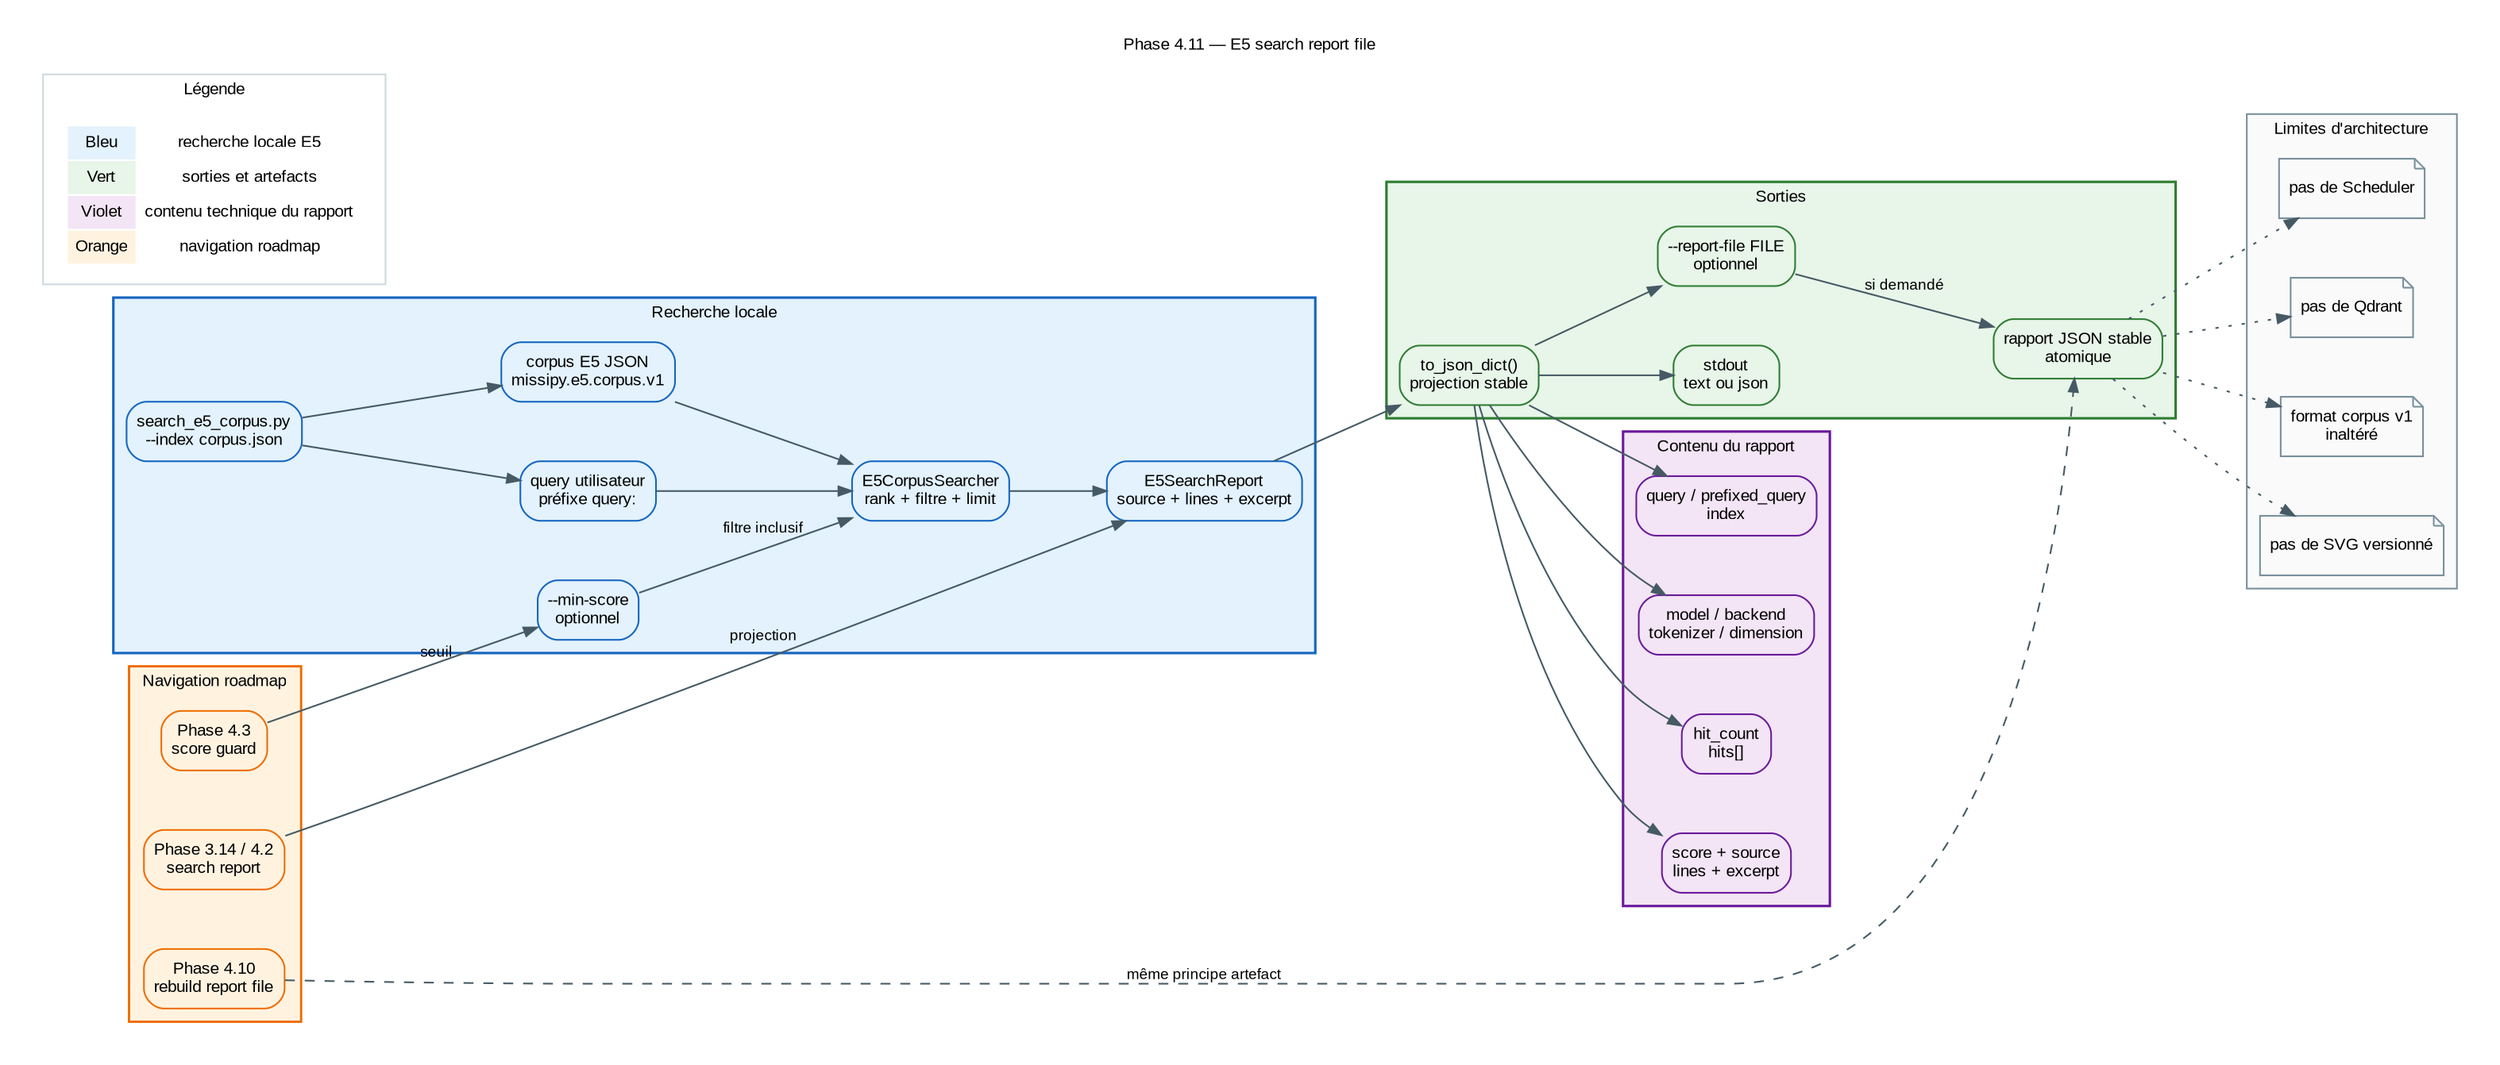
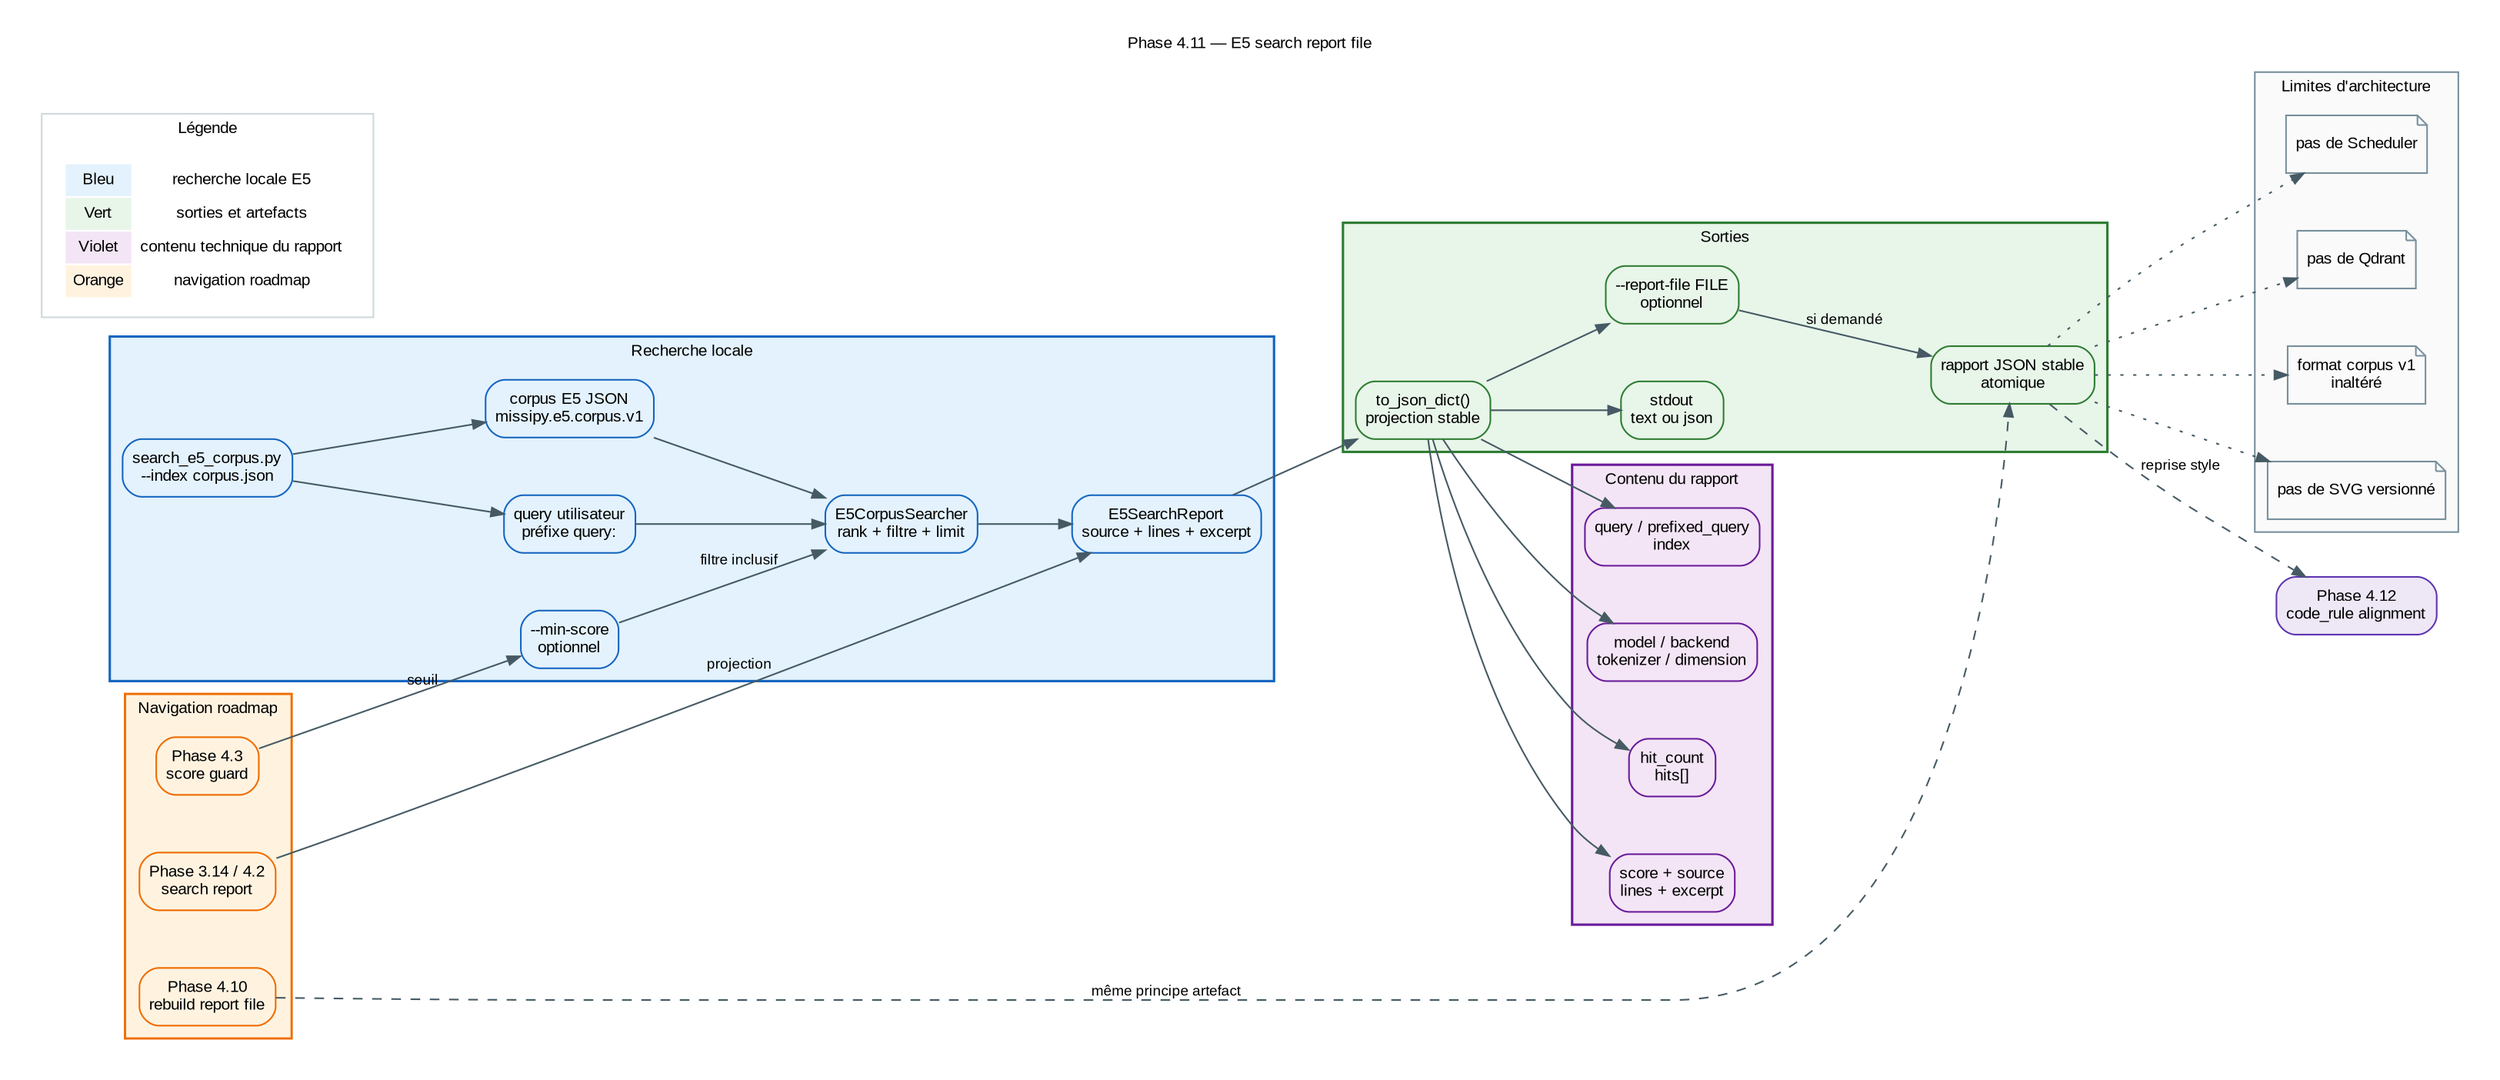
digraph E5SearchReportFile {
  // ROADMAP_ID: inference.e5_search_report_file
  // ROADMAP_PARENT: inference/64_e5_rebuild_report_file.dot
  // ROADMAP_NOTE[phase4_11]:
  // Produit un rapport JSON optionnel de recherche E5 pour audit local, future UI HTML et workflow question -> contexte.
+   // ROADMAP_NEXT: inference/66_e5_code_style_alignment.dot

  rankdir=LR;
  graph [
    fontname="Arial",
    fontsize=10,
    labelloc="t",
    label="Phase 4.11 — E5 search report file",
    bgcolor="white",
    pad=0.25,
    nodesep=0.5,
    ranksep=0.8
  ];
  node [shape=box, style="filled,rounded", fontname="Arial", fontsize=10, margin="0.09,0.06"];
  edge [fontname="Arial", fontsize=9, color="#455a64", arrowsize=0.8];

  subgraph cluster_query {
    label="Recherche locale";
    color="#1565c0";
    bgcolor="#e3f2fd";
    penwidth=1.5;
    node [fillcolor="#e3f2fd", color="#1565c0"];
    SearchCli [label="search_e5_corpus.py
--index corpus.json", URL="52_e5_search_report.svg"];
    Query [label="query utilisateur
préfixe query:"];
    MinScore [label="--min-score
optionnel", URL="57_e5_score_guard.svg"];
    Corpus [label="corpus E5 JSON
missipy.e5.corpus.v1", URL="50_e5_corpus.svg"];
    Searcher [label="E5CorpusSearcher
rank + filtre + limit"];
    Report [label="E5SearchReport
source + lines + excerpt", URL="52_e5_search_report.svg"];
  }

  subgraph cluster_outputs {
    label="Sorties";
    color="#2e7d32";
    bgcolor="#e8f5e9";
    penwidth=1.5;
    node [fillcolor="#e8f5e9", color="#2e7d32"];
    Stdout [label="stdout
text ou json"];
    JsonObject [label="to_json_dict()
projection stable"];
    ReportOption [label="--report-file FILE
optionnel"];
    ReportFile [label="rapport JSON stable
atomique"];
  }

  subgraph cluster_report_content {
    label="Contenu du rapport";
    color="#6a1b9a";
    bgcolor="#f3e5f5";
    penwidth=1.5;
    node [fillcolor="#f3e5f5", color="#6a1b9a"];
    Identity [label="query / prefixed_query
index"];
    Model [label="model / backend
tokenizer / dimension"];
    Hits [label="hit_count
hits[]"];
    Context [label="score + source
lines + excerpt"];
  }

  subgraph cluster_scope {
    label="Limites d'architecture";
    color="#78909c";
    bgcolor="#fafafa";
    penwidth=1.0;
    node [shape=note, style="filled", fillcolor="#fafafa", color="#78909c"];
    NoScheduler [label="pas de Scheduler"];
    NoQdrant [label="pas de Qdrant"];
    NoFormatChange [label="format corpus v1
inaltéré"];
    NoSvg [label="pas de SVG versionné"];
  }

  subgraph cluster_navigation {
    label="Navigation roadmap";
    color="#ef6c00";
    bgcolor="#fff3e0";
    penwidth=1.4;
    node [fillcolor="#fff3e0", color="#ef6c00"];
    ScoreGuard [label="Phase 4.3
score guard", URL="57_e5_score_guard.svg"];
    SearchReport [label="Phase 3.14 / 4.2
search report", URL="52_e5_search_report.svg"];
    RebuildReport [label="Phase 4.10
rebuild report file", URL="64_e5_rebuild_report_file.svg"];
  }

  SearchCli -> Query;
  SearchCli -> Corpus;
  Query -> Searcher;
  Corpus -> Searcher;
  MinScore -> Searcher [label="filtre inclusif"];
  Searcher -> Report;
  Report -> JsonObject;
  JsonObject -> Stdout;
  JsonObject -> ReportOption;
  ReportOption -> ReportFile [label="si demandé"];

  JsonObject -> Identity;
  JsonObject -> Model;
  JsonObject -> Hits;
  JsonObject -> Context;

  ReportFile -> NoScheduler [style=dotted];
  ReportFile -> NoQdrant [style=dotted];
  ReportFile -> NoFormatChange [style=dotted];
  ReportFile -> NoSvg [style=dotted];

  ScoreGuard -> MinScore [label="seuil"];
  SearchReport -> Report [label="projection"];
  RebuildReport -> ReportFile [style=dashed, label="même principe artefact"];
+   CodeStyle [label="Phase 4.12\ncode_rule alignment", fillcolor="#ede7f6", color="#5e35b1", URL="66_e5_code_style_alignment.svg"];
+   ReportFile -> CodeStyle [style=dashed, label="reprise style"];

  subgraph cluster_legend {
    label="Légende";
    color="#cfd8dc";
    bgcolor="#ffffff";
    penwidth=1.0;
    node [shape=plaintext, fillcolor="#ffffff", color="#ffffff"];
    Legend [label=<
      <TABLE BORDER="0" CELLBORDER="1" CELLSPACING="0" CELLPADDING="4">
        <TR><TD BGCOLOR="#e3f2fd">Bleu</TD><TD>recherche locale E5</TD></TR>
        <TR><TD BGCOLOR="#e8f5e9">Vert</TD><TD>sorties et artefacts</TD></TR>
        <TR><TD BGCOLOR="#f3e5f5">Violet</TD><TD>contenu technique du rapport</TD></TR>
        <TR><TD BGCOLOR="#fff3e0">Orange</TD><TD>navigation roadmap</TD></TR>
      </TABLE>
    >];
  }

+   // HTML_DETAIL[phase4_12]:
+   // next: 66_e5_code_style_alignment.dot
+ 
  // HTML_DETAIL[phase4_11]:
  // title: Search report file
  // summary: La recherche E5 locale peut produire un rapport JSON stable en plus de stdout.
  // technical: Le rapport réutilise E5CorpusSearchCliOutput.to_json_dict(), écrit via fichier temporaire voisin puis replace().
  // ui_hint: Afficher query, min_score, hit_count et hits.source dans une future vue HTML de recherche.
}
